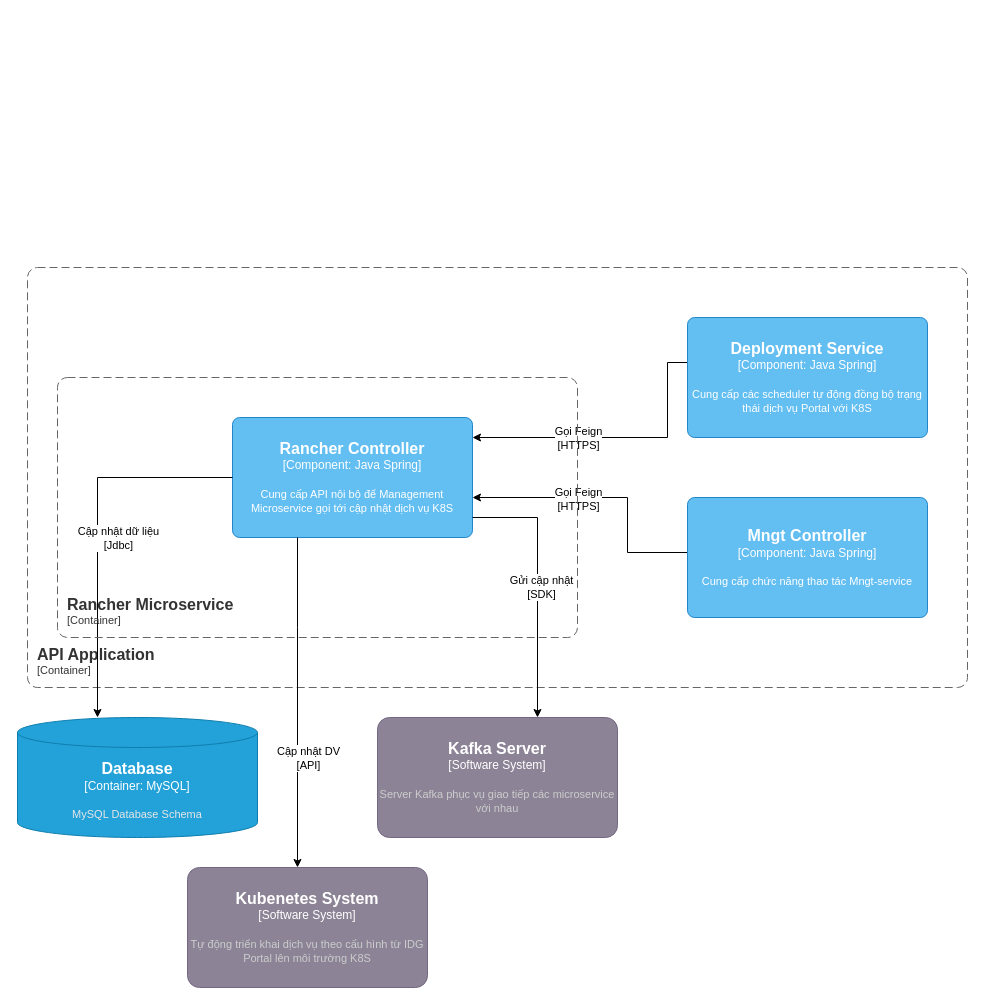
Before: Idg-Portal lv3 api rancher.drawio in dangngocsoncntt/draw.io, a draw.io diagram. Source tidied: cells renumbered, new cells numbered last; positions are measured from the earlier drawing's top-left corner, leaving out a move shared by most shapes. Both pictures are drawn from the tidied source at 100%, with x=0, y=0 at pixel (17, 267).
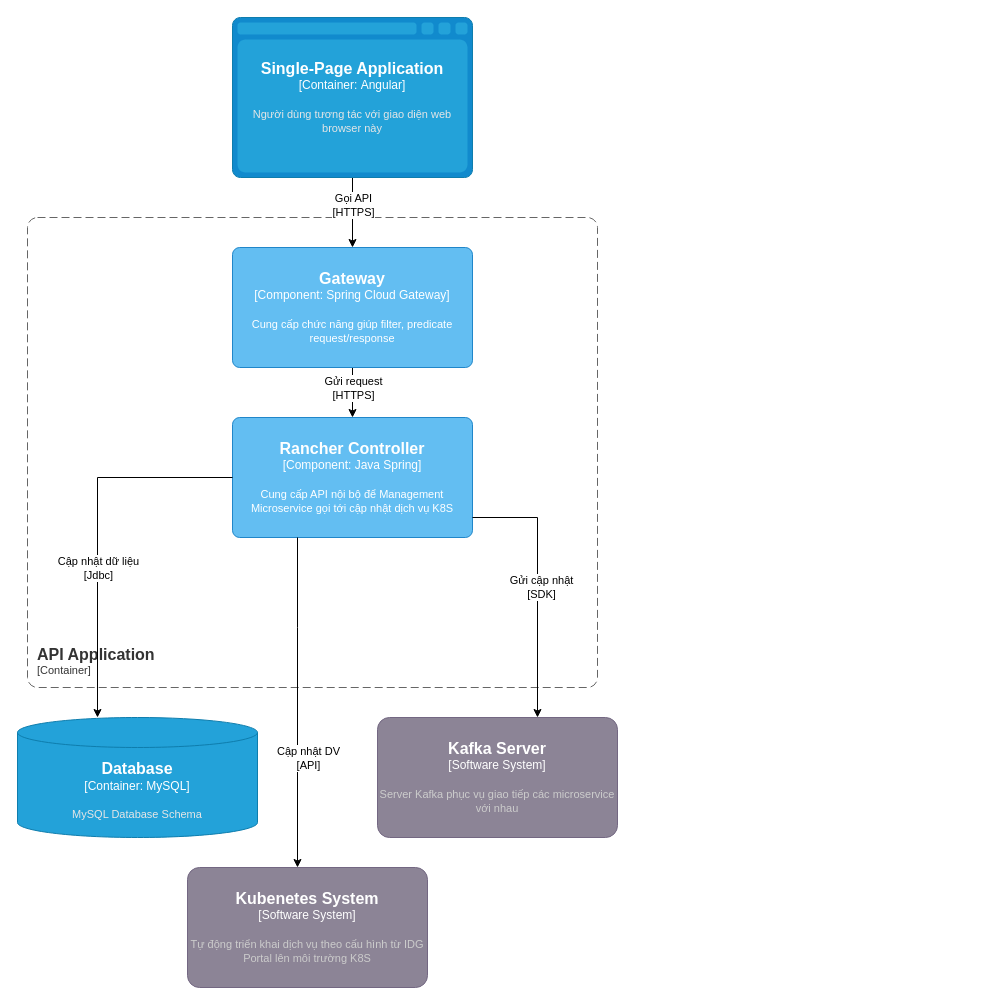
After the change.

Unchanged cells that the change refers to:
```xml
<object id="3" label="&lt;font style=&quot;font-size: 16px&quot;&gt;&lt;b&gt;%c4Name%&lt;/b&gt;&lt;/font&gt;&lt;div&gt;[%c4Type%: %c4Technology%]&lt;/div&gt;&lt;br&gt;&lt;div&gt;&lt;font style=&quot;font-size: 11px&quot;&gt;%c4Description%&lt;/font&gt;&lt;/div&gt;" c4Description="Cung cấp API nội bộ để Management Microservice gọi tới cập nhật dịch vụ K8S" c4Name="Rancher Controller" c4Technology="Java Spring" c4Type="Component" placeholders="1">
  <mxCell style="rounded=1;whiteSpace=wrap;html=1;labelBackgroundColor=none;fillColor=#63BEF2;fontColor=#ffffff;align=center;arcSize=6;strokeColor=#2086C9;points=[[0.25,0,0],[0.5,0,0],[0.75,0,0],[1,0.25,0],[1,0.5,0],[1,0.75,0],[0.75,1,0],[0.5,1,0],[0.25,1,0],[0,0.75,0],[0,0.5,0],[0,0.25,0]];" parent="1" vertex="1">
    <mxGeometry x="215" y="150" width="240" height="120" as="geometry" />
  </mxCell>
</object>
<mxCell id="4" style="edgeStyle=orthogonalEdgeStyle;rounded=0;jettySize=auto;html=1;" parent="1" edge="1" source="3" target="10">
  <mxGeometry relative="1" as="geometry">
    <Array as="points">
      <mxPoint x="260" y="210" />
      <mxPoint x="80" y="210" />
    </Array>
  </mxGeometry>
</mxCell>
```

Change to the diagram source:
```diff
@@
     <object id="2" label="&lt;font style=&quot;font-size: 16px&quot;&gt;&lt;b&gt;&lt;div style=&quot;text-align: left&quot;&gt;%c4Name%&lt;/div&gt;&lt;/b&gt;&lt;/font&gt;&lt;div style=&quot;text-align: left&quot;&gt;[%c4Application%]&lt;/div&gt;" c4Application="Container" c4Name="API Application" placeholders="1">
       <mxCell style="rounded=1;fontSize=11;whiteSpace=wrap;html=1;dashed=1;arcSize=20;fillColor=none;strokeColor=#666666;fontColor=#333333;labelBackgroundColor=none;align=left;verticalAlign=bottom;labelBorderColor=none;spacingTop=0;spacing=10;dashPattern=8 4;perimeter=rectanglePerimeter;noLabel=0;labelPadding=0;absoluteArcSize=1;" parent="1" vertex="1">
-        <mxGeometry x="10" width="940" height="420" as="geometry" />
+        <mxGeometry x="10" y="-50" width="570" height="470" as="geometry" />
       </mxCell>
     </object>
@@
     <mxCell id="5" value="Cập nhật dữ liệu&lt;br&gt;[Jdbc]" style="edgeLabel;html=1;align=center;verticalAlign=middle;" parent="4" vertex="1">
       <mxGeometry x="-0.41" y="4" relative="1" as="geometry">
-        <mxPoint x="-4" y="56" as="offset" />
+        <mxPoint x="-24" y="86" as="offset" />
       </mxGeometry>
     </mxCell>
@@
-    <mxCell id="13" style="edgeStyle=orthogonalEdgeStyle;rounded=0;jettySize=auto;html=1;" parent="1" edge="1" target="3">
-      <mxGeometry relative="1" as="geometry">
-        <mxPoint x="670" y="95" as="sourcePoint" />
-        <Array as="points">
-          <mxPoint x="650" y="95" />
-          <mxPoint x="650" y="170" />
-        </Array>
-      </mxGeometry>
-    </mxCell>
-    <mxCell id="14" value="Gọi Feign&lt;br&gt;[HTTPS]" style="edgeLabel;html=1;align=center;verticalAlign=middle;" parent="13" vertex="1">
-      <mxGeometry x="0.13" y="1" relative="1" as="geometry">
-        <mxPoint x="-21" y="-1" as="offset" />
-      </mxGeometry>
-    </mxCell>
-    <mxCell id="15" style="edgeStyle=orthogonalEdgeStyle;rounded=0;jettySize=auto;html=1;exitX=0;exitY=0.5;exitDx=0;exitDy=0;exitPerimeter=0;" parent="1" edge="1" target="3">
-      <mxGeometry relative="1" as="geometry">
-        <mxPoint x="670" y="285" as="sourcePoint" />
-        <Array as="points">
-          <mxPoint x="610" y="285" />
-          <mxPoint x="610" y="230" />
-        </Array>
-      </mxGeometry>
-    </mxCell>
-    <mxCell id="16" value="Gọi Feign&lt;br style=&quot;border-color: var(--border-color);&quot;&gt;[HTTPS]" style="edgeLabel;html=1;align=center;verticalAlign=middle;" parent="15" vertex="1">
-      <mxGeometry x="0.49" y="1" relative="1" as="geometry">
-        <mxPoint x="36" as="offset" />
-      </mxGeometry>
-    </mxCell>
-    <object id="17" label="&lt;font style=&quot;font-size: 16px&quot;&gt;&lt;b&gt;&lt;div style=&quot;text-align: left&quot;&gt;%c4Name%&lt;/div&gt;&lt;/b&gt;&lt;/font&gt;&lt;div style=&quot;text-align: left&quot;&gt;[%c4Application%]&lt;/div&gt;" c4Application="Container" c4Name="Rancher Microservice" placeholders="1">
-      <mxCell style="rounded=1;fontSize=11;whiteSpace=wrap;html=1;dashed=1;arcSize=20;fillColor=none;strokeColor=#666666;fontColor=#333333;labelBackgroundColor=none;align=left;verticalAlign=bottom;labelBorderColor=none;spacingTop=0;spacing=10;dashPattern=8 4;perimeter=rectanglePerimeter;noLabel=0;labelPadding=0;absoluteArcSize=1;" parent="1" vertex="1">
-        <mxGeometry x="40" y="110" width="520" height="260" as="geometry" />
-      </mxCell>
-    </object>
-    <object id="18" label="&lt;font style=&quot;font-size: 16px&quot;&gt;&lt;b&gt;%c4Name%&lt;/b&gt;&lt;/font&gt;&lt;div&gt;[%c4Type%: %c4Technology%]&lt;/div&gt;&lt;br&gt;&lt;div&gt;&lt;font style=&quot;font-size: 11px&quot;&gt;%c4Description%&lt;/font&gt;&lt;/div&gt;" c4Description="Cung cấp các scheduler tự động đồng bộ trạng thái dịch vụ Portal với K8S" c4Name="Deployment Service" c4Technology="Java Spring" c4Type="Component" placeholders="1">
-      <mxCell style="rounded=1;whiteSpace=wrap;html=1;labelBackgroundColor=none;fillColor=#63BEF2;fontColor=#ffffff;align=center;arcSize=6;strokeColor=#2086C9;" parent="1" vertex="1">
-        <mxGeometry x="670" y="50" width="240" height="120" as="geometry" />
-      </mxCell>
-    </object>
-    <object id="19" label="&lt;font style=&quot;font-size: 16px&quot;&gt;&lt;b&gt;%c4Name%&lt;/b&gt;&lt;/font&gt;&lt;div&gt;[%c4Type%: %c4Technology%]&lt;/div&gt;&lt;br&gt;&lt;div&gt;&lt;font style=&quot;font-size: 11px&quot;&gt;%c4Description%&lt;/font&gt;&lt;/div&gt;" c4Description="Cung cấp chức năng thao tác Mngt-service" c4Name="Mngt Controller" c4Technology="Java Spring" c4Type="Component" placeholders="1">
-      <mxCell style="rounded=1;whiteSpace=wrap;html=1;labelBackgroundColor=none;fillColor=#63BEF2;fontColor=#ffffff;align=center;arcSize=6;strokeColor=#2086C9;" parent="1" vertex="1">
-        <mxGeometry x="670" y="230" width="240" height="120" as="geometry" />
-      </mxCell>
-    </object>
+    <mxCell id="20" style="edgeStyle=orthogonalEdgeStyle;rounded=0;jettySize=auto;html=1;" parent="1" edge="1" source="22" target="25">
+      <mxGeometry relative="1" as="geometry" />
+    </mxCell>
+    <mxCell id="21" value="Gọi API&lt;br&gt;[HTTPS]" style="edgeLabel;html=1;align=center;verticalAlign=middle;" parent="20" vertex="1">
+      <mxGeometry x="-0.22" relative="1" as="geometry" />
+    </mxCell>
+    <object id="22" label="&lt;font style=&quot;font-size: 16px&quot;&gt;&lt;b&gt;%c4Type%&lt;/b&gt;&lt;/font&gt;&lt;div&gt;[%c4Container%:&amp;nbsp;%c4Technology%]&lt;/div&gt;&lt;br&gt;&lt;div&gt;&lt;font style=&quot;font-size: 11px&quot;&gt;&lt;font color=&quot;#E6E6E6&quot;&gt;%c4Description%&lt;/font&gt;&lt;/div&gt;" c4Container="Container" c4Description="Người dùng tương tác với giao diện web browser này" c4Technology="Angular" c4Type="Single-Page Application" placeholders="1">
+      <mxCell style="shape=mxgraph.c4.webBrowserContainer2;whiteSpace=wrap;html=1;boundedLbl=1;rounded=0;labelBackgroundColor=none;strokeColor=#118ACD;fillColor=#23A2D9;strokeColor=#118ACD;strokeColor2=#0E7DAD;fontSize=12;fontColor=#ffffff;align=center;points=[[0.5,0,0],[1,0.25,0],[1,0.5,0],[1,0.75,0],[0.5,1,0],[0,0.75,0],[0,0.5,0],[0,0.25,0]];" parent="1" vertex="1">
+        <mxGeometry x="215" y="-250" width="240" height="160" as="geometry" />
+      </mxCell>
+    </object>
+    <mxCell id="23" style="edgeStyle=orthogonalEdgeStyle;rounded=0;jettySize=auto;html=1;" parent="1" edge="1" source="25" target="3">
+      <mxGeometry relative="1" as="geometry" />
+    </mxCell>
+    <mxCell id="24" value="Gửi request&lt;br&gt;[HTTPS]" style="edgeLabel;html=1;align=center;verticalAlign=middle;" parent="23" vertex="1">
+      <mxGeometry x="-0.31" y="-1" relative="1" as="geometry">
+        <mxPoint x="1" y="3" as="offset" />
+      </mxGeometry>
+    </mxCell>
+    <object id="25" label="&lt;font style=&quot;font-size: 16px&quot;&gt;&lt;b&gt;%c4Name%&lt;/b&gt;&lt;/font&gt;&lt;div&gt;[%c4Type%: %c4Technology%]&lt;/div&gt;&lt;br&gt;&lt;div&gt;&lt;font style=&quot;font-size: 11px&quot;&gt;%c4Description%&lt;/font&gt;&lt;/div&gt;" c4Description="Cung cấp chức năng giúp filter, predicate request/response" c4Name="Gateway" c4Technology="Spring Cloud Gateway" c4Type="Component" placeholders="1">
+      <mxCell style="rounded=1;whiteSpace=wrap;html=1;labelBackgroundColor=none;fillColor=#63BEF2;fontColor=#ffffff;align=center;arcSize=6;strokeColor=#2086C9;points=[[0.25,0,0],[0.5,0,0],[0.75,0,0],[1,0.25,0],[1,0.5,0],[1,0.75,0],[0.75,1,0],[0.5,1,0],[0.25,1,0],[0,0.75,0],[0,0.5,0],[0,0.25,0]];" parent="1" vertex="1">
+        <mxGeometry x="215" y="-20" width="240" height="120" as="geometry" />
+      </mxCell>
+    </object>
```
